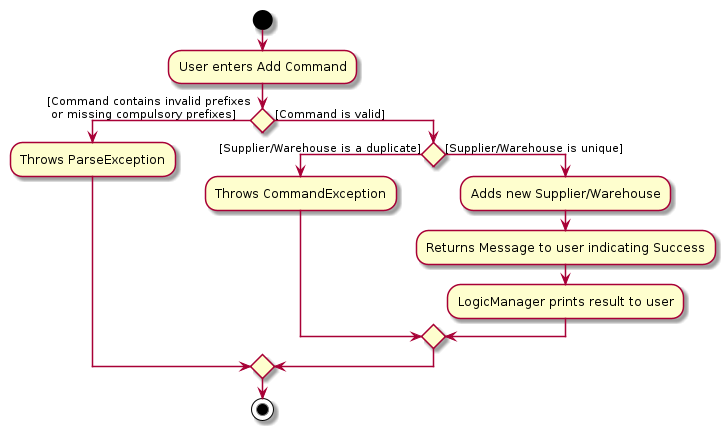
This is docs/images/AddCommandActivityDiagram.png from tohyuting/tp, a PlantUML export, as it was before one commit.
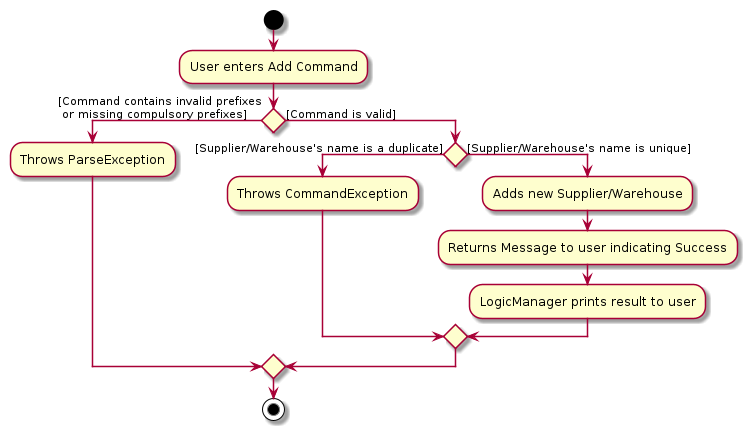
After the change.

Commit message:
Generate PNG images for PlantUML diagrams

Change to the diagram source:
```diff
@@ -9,10 +9,10 @@
 
     else ([Command is valid])
 
-    If () then ([Supplier/Warehouse is a duplicate])
+    If () then ([Supplier/Warehouse's name is a duplicate])
     :Throws CommandException;
 
-    else ([Supplier/Warehouse is unique])
+    else ([Supplier/Warehouse's name is unique])
         :Adds new Supplier/Warehouse;
         :Returns Message to user indicating Success;
         :LogicManager prints result to user;
```
